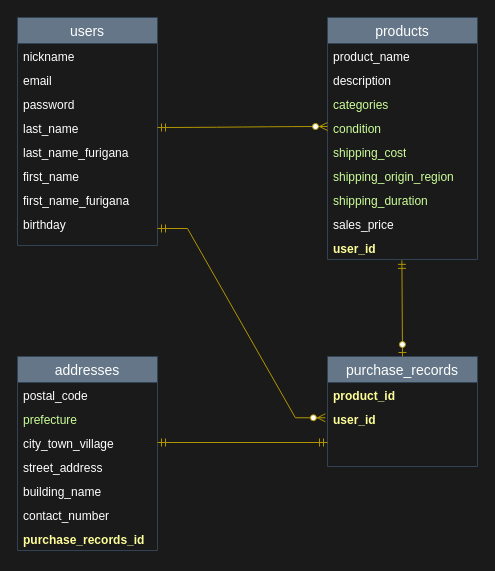
This is FURIMA-17217.dio from YuyaTokutake1223/furima-17217, a draw.io file, before an edit. Source tidied: cells renumbered, new cells numbered last; positions are measured from the earlier drawing's top-left corner, leaving out a move shared by most shapes. Both pictures are drawn from the tidied source at 100%, with x=0, y=0 at pixel (17, 17).
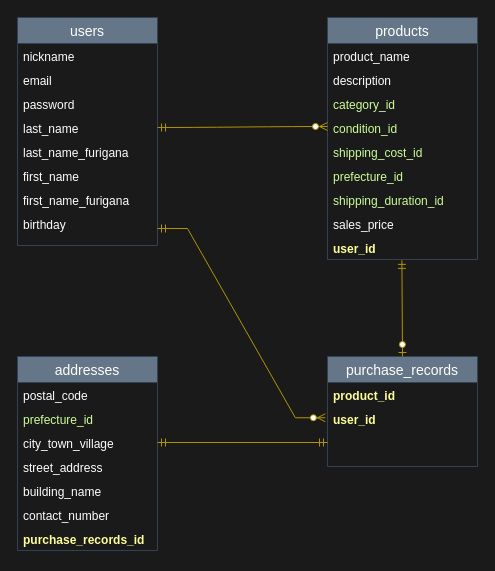
The same diagram, later.

Commit message (it also covers changes not shown here):
レビュー内容の修正２

The change refers to these unchanged cells:
```xml
<mxCell id="11" value="products" style="swimlane;fontStyle=0;horizontal=1;startSize=26;align=center;fontSize=14;labelBackgroundColor=none;fontColor=#ffffff;fillColor=#647687;strokeColor=#314354;" parent="1" vertex="1">
  <mxGeometry x="310" width="150" height="242" as="geometry" />
</mxCell>
<mxCell id="21" value="addresses" style="swimlane;fontStyle=0;horizontal=1;startSize=26;align=center;fontSize=14;fontColor=#ffffff;labelBackgroundColor=none;fillColor=#647687;strokeColor=#314354;" parent="1" vertex="1">
  <mxGeometry y="339" width="140" height="194" as="geometry" />
</mxCell>
```

What changed in the source:
```diff
@@
-    <mxCell id="14" value="categories" style="text;strokeColor=none;fillColor=none;spacingLeft=4;spacingRight=4;overflow=hidden;fontSize=12;fontColor=#CCFF99;" parent="11" vertex="1">
+    <mxCell id="14" value="category_id" style="text;strokeColor=none;fillColor=none;spacingLeft=4;spacingRight=4;overflow=hidden;fontSize=12;fontColor=#CCFF99;" parent="11" vertex="1">
       <mxGeometry y="74" width="150" height="24" as="geometry" />
     </mxCell>
-    <mxCell id="15" value="condition" style="text;strokeColor=none;fillColor=none;spacingLeft=4;spacingRight=4;overflow=hidden;fontSize=12;fontColor=#CCFF99;" parent="11" vertex="1">
+    <mxCell id="15" value="condition_id" style="text;strokeColor=none;fillColor=none;spacingLeft=4;spacingRight=4;overflow=hidden;fontSize=12;fontColor=#CCFF99;" parent="11" vertex="1">
       <mxGeometry y="98" width="150" height="24" as="geometry" />
     </mxCell>
-    <mxCell id="16" value="shipping_cost" style="text;strokeColor=none;fillColor=none;spacingLeft=4;spacingRight=4;overflow=hidden;fontSize=12;fontColor=#CCFF99;html=1;" parent="11" vertex="1">
+    <mxCell id="16" value="shipping_cost_id" style="text;strokeColor=none;fillColor=none;spacingLeft=4;spacingRight=4;overflow=hidden;fontSize=12;fontColor=#CCFF99;html=1;" parent="11" vertex="1">
       <mxGeometry y="122" width="150" height="24" as="geometry" />
     </mxCell>
-    <mxCell id="17" value="shipping_origin_region" style="text;strokeColor=none;fillColor=none;spacingLeft=4;spacingRight=4;overflow=hidden;fontSize=12;fontColor=#CCFF99;" parent="11" vertex="1">
+    <mxCell id="17" value="prefecture_id" style="text;strokeColor=none;fillColor=none;spacingLeft=4;spacingRight=4;overflow=hidden;fontSize=12;fontColor=#CCFF99;" parent="11" vertex="1">
       <mxGeometry y="146" width="150" height="24" as="geometry" />
     </mxCell>
-    <mxCell id="18" value="shipping_duration" style="text;strokeColor=none;fillColor=none;spacingLeft=4;spacingRight=4;overflow=hidden;fontSize=12;fontStyle=0;fontColor=#CCFF99;" parent="11" vertex="1">
+    <mxCell id="18" value="shipping_duration_id" style="text;strokeColor=none;fillColor=none;spacingLeft=4;spacingRight=4;overflow=hidden;fontSize=12;fontStyle=0;fontColor=#CCFF99;" parent="11" vertex="1">
       <mxGeometry y="170" width="150" height="24" as="geometry" />
     </mxCell>
@@
-    <mxCell id="23" value="prefecture" style="text;strokeColor=none;fillColor=none;spacingLeft=4;spacingRight=4;overflow=hidden;fontSize=12;fontColor=#CCFF99;" parent="21" vertex="1">
+    <mxCell id="23" value="prefecture_id" style="text;strokeColor=none;fillColor=none;spacingLeft=4;spacingRight=4;overflow=hidden;fontSize=12;fontColor=#CCFF99;" parent="21" vertex="1">
       <mxGeometry y="50" width="140" height="24" as="geometry" />
     </mxCell>
```
